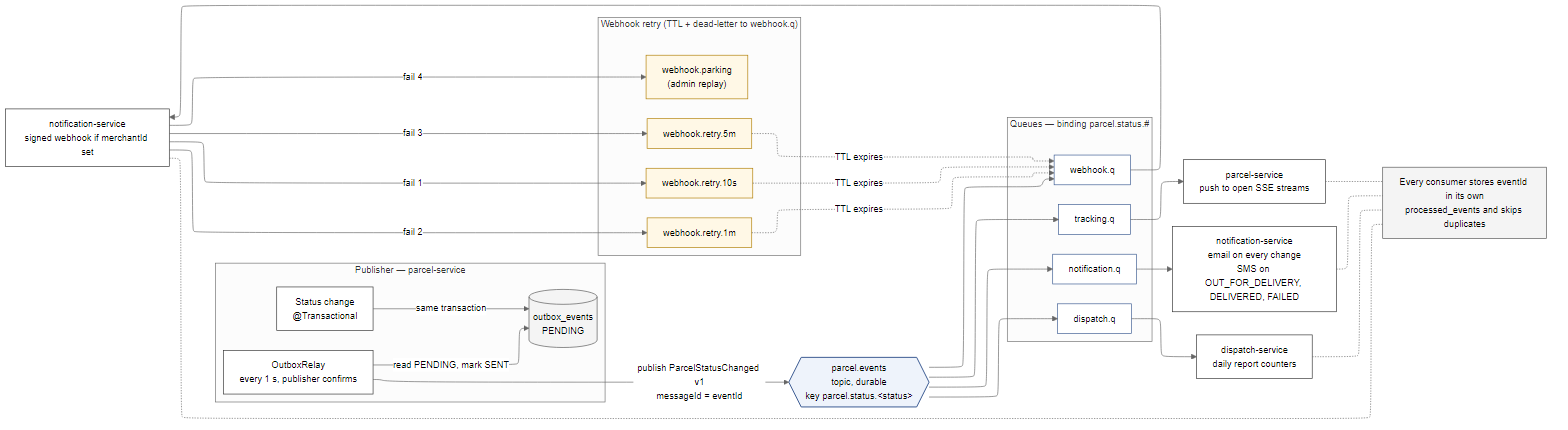
Earlier version of the Mermaid export docs/diagrams/integration/int-rabbitmq-topology.png (Sachintha-dilshan49/SwiftDrop). Its source is kept beside it as docs/diagrams/integration/int-rabbitmq-topology.mmd.
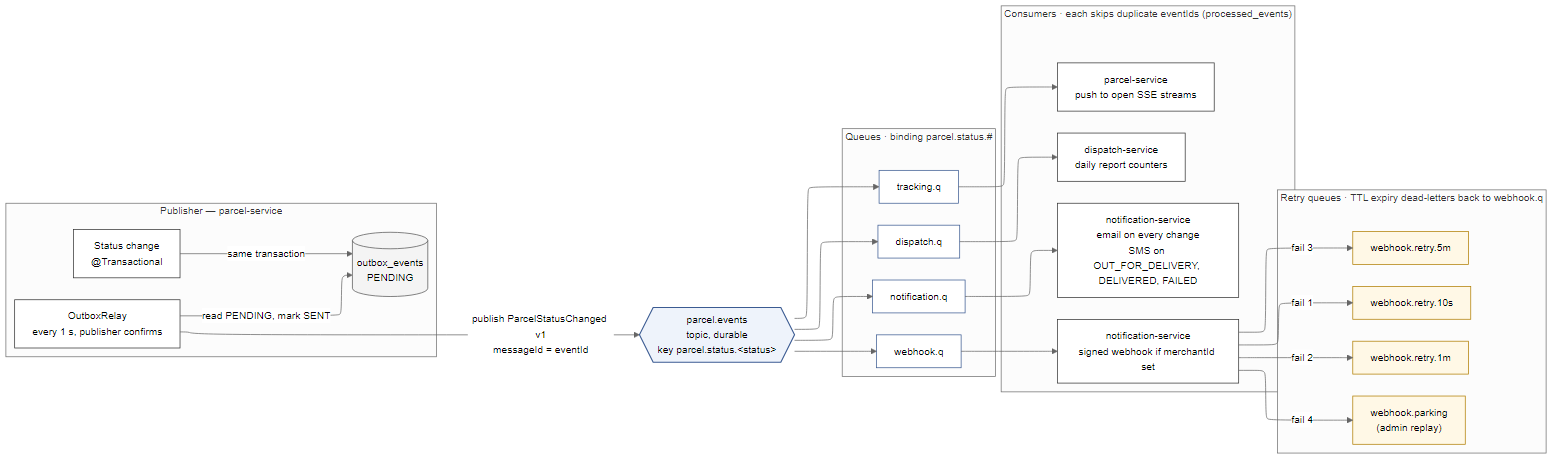
The same diagram one commit later.

Diff of the diagram source:
```diff
@@ -19,24 +19,26 @@
 
   EX{{"parcel.events<br/>topic, durable<br/>key parcel.status.&lt;status&gt;"}}:::ex
 
-  subgraph QUEUES["Queues — binding parcel.status.#"]
+  subgraph QUEUES["Queues · binding parcel.status.#"]
     NQ["notification.q"]:::q
     WQ["webhook.q"]:::q
     DQ["dispatch.q"]:::q
     TQ["tracking.q"]:::q
   end
 
-  subgraph RETRY["Webhook retry (TTL + dead-letter to webhook.q)"]
+  subgraph RETRY["Retry queues · TTL expiry dead-letters back to webhook.q"]
     R10["webhook.retry.10s"]:::retry
     R1["webhook.retry.1m"]:::retry
     R5["webhook.retry.5m"]:::retry
     PK["webhook.parking<br/>(admin replay)"]:::retry
   end
 
-  NOTIF_E["notification-service<br/>email on every change<br/>SMS on OUT_FOR_DELIVERY, DELIVERED, FAILED"]:::svc
-  NOTIF_W["notification-service<br/>signed webhook if merchantId set"]:::svc
-  DISP["dispatch-service<br/>daily report counters"]:::svc
-  TRACK["parcel-service<br/>push to open SSE streams"]:::svc
+  subgraph CONS["Consumers · each skips duplicate eventIds (processed_events)"]
+    NOTIF_E["notification-service<br/>email on every change<br/>SMS on OUT_FOR_DELIVERY, DELIVERED, FAILED"]:::svc
+    NOTIF_W["notification-service<br/>signed webhook if merchantId set"]:::svc
+    DISP["dispatch-service<br/>daily report counters"]:::svc
+    TRACK["parcel-service<br/>push to open SSE streams"]:::svc
+  end
 
   RELAY -- "publish ParcelStatusChanged v1<br/>messageId = eventId" --> EX
   EX --> NQ & WQ & DQ & TQ
@@ -49,7 +51,3 @@
   NOTIF_W -- "fail 2" --> R1
   NOTIF_W -- "fail 3" --> R5
   NOTIF_W -- "fail 4" --> PK
-  R10 & R1 & R5 -. "TTL expires" .-> WQ
-
-  IDEM["Every consumer stores eventId in its own<br/>processed_events and skips duplicates"]:::data
-  NOTIF_E & NOTIF_W & DISP & TRACK -.- IDEM
```
